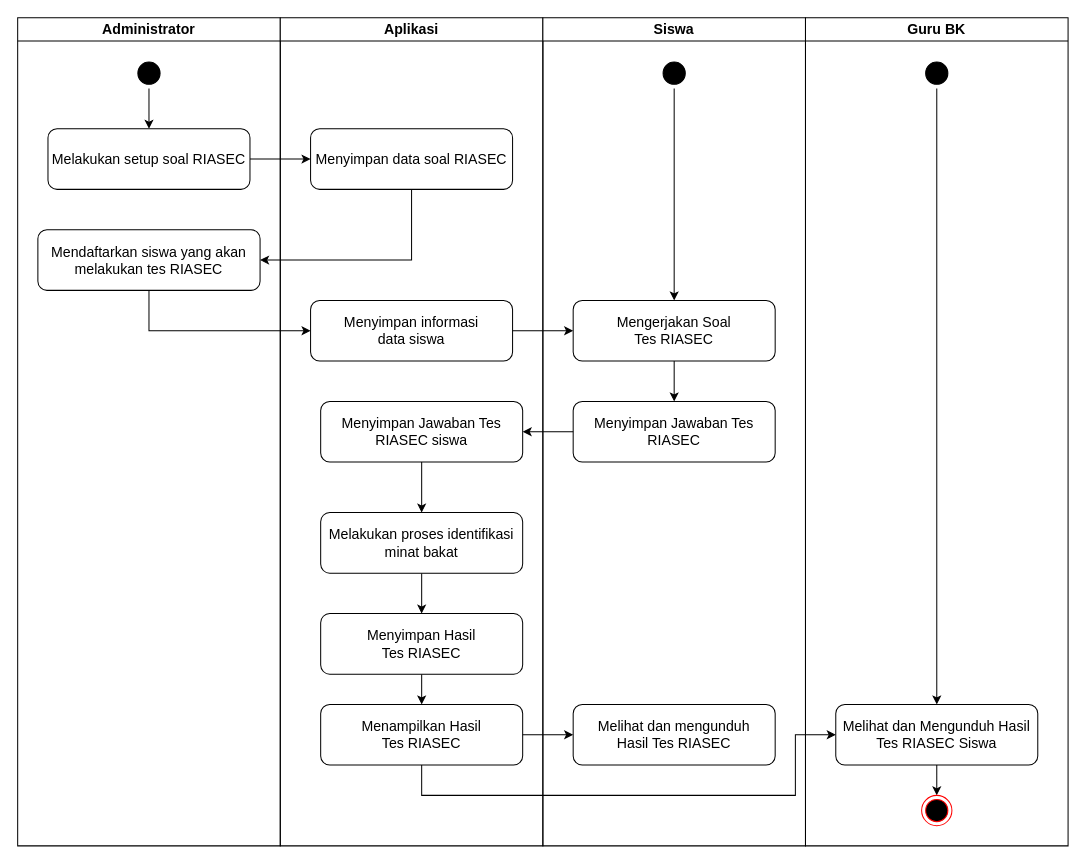
Earlier version of the draw.io diagram page "Page-2" (2 of 2) of Analsis sistem yang berjalan.drawio (azizarizaldi/draw-io-project). Source tidied: cells renumbered, new cells numbered last; positions are measured from the earlier drawing's top-left corner, leaving out a move shared by most shapes. Both pictures are drawn from the tidied source at 101%, with x=0, y=0 at pixel (17, 17).
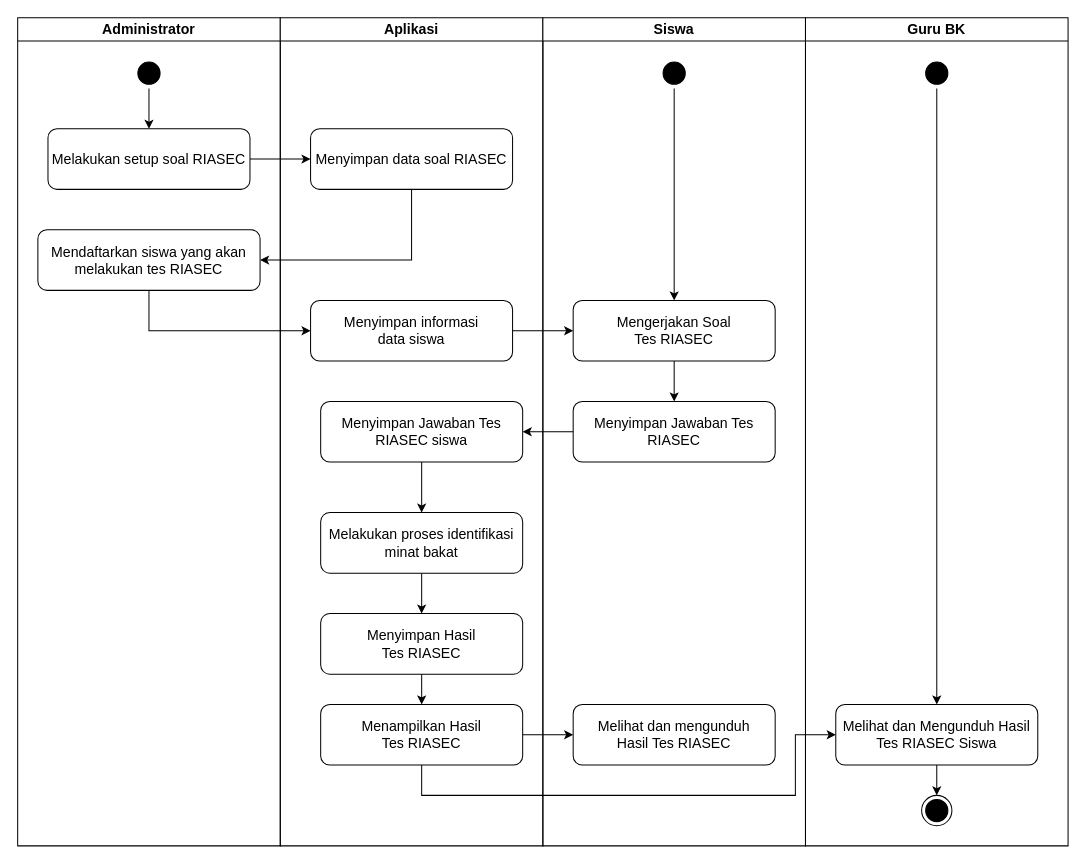
Above is the later version.

The change refers to these unchanged cells:
```xml
<mxCell id="29" value="&lt;font style=&quot;font-size: 14px;&quot;&gt;Guru BK&lt;/font&gt;" style="swimlane;whiteSpace=wrap;html=1;" parent="1" vertex="1">
  <mxGeometry x="780" width="260" height="820" as="geometry" />
</mxCell>
```

Change to the diagram source:
```diff
@@
-    <mxCell id="35" style="ellipse;html=1;shape=endState;fillColor=#000000;strokeColor=#ff0000;" parent="29" vertex="1">
+    <mxCell id="35" style="ellipse;html=1;shape=endState;fillColor=#000000;strokeColor=#000000;" parent="29" vertex="1">
       <mxGeometry x="115" y="770" width="30" height="30" as="geometry" />
     </mxCell>
```
